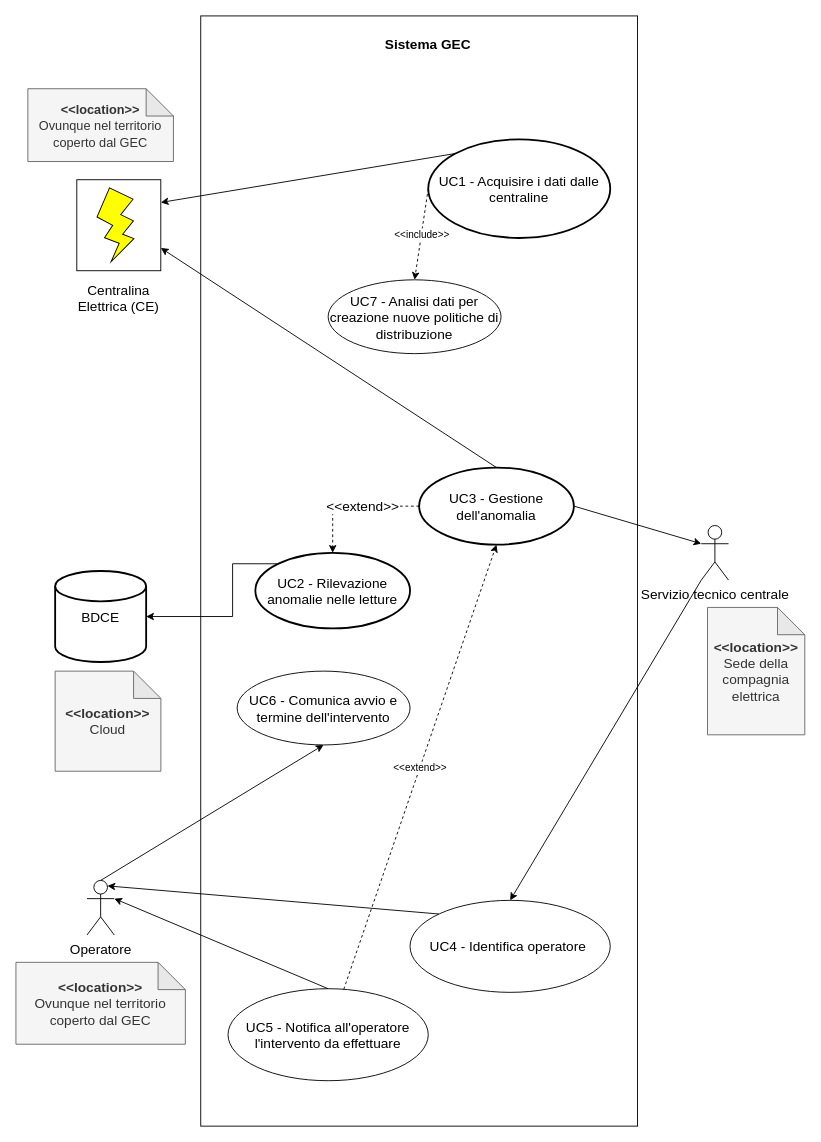
The draw.io diagram use_cases_diagram.drawio in mbeccari856608/architetturasw2024, before the edit. Source tidied: cells renumbered, new cells numbered last; positions are measured from the earlier drawing's top-left corner, leaving out a move shared by most shapes. Both pictures are drawn from the tidied source at 91%, with x=0, y=0 at pixel (15, 15).
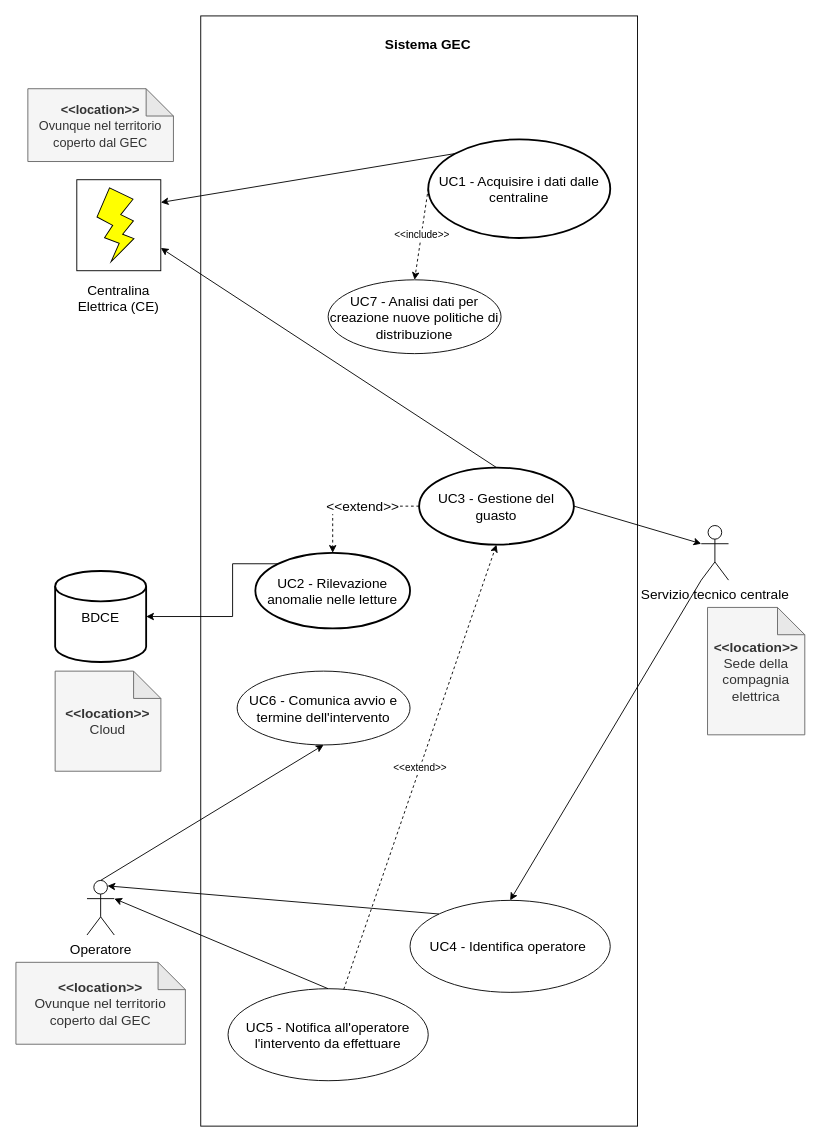
The same page after the edit.

Unchanged cells that the change refers to:
```xml
<mxCell id="3" style="group;" parent="1" vertex="1">
  <mxGeometry x="213.1" width="480" height="1220" as="geometry" />
</mxCell>
```

Change to the diagram source:
```diff
@@
-    <mxCell id="10" value="UC3 - Gestione dell'anomalia" style="strokeWidth=2;html=1;shape=mxgraph.flowchart.start_2;whiteSpace=wrap;fontSize=15;" parent="3" vertex="1">
+    <mxCell id="10" value="UC3 - Gestione del guasto" style="strokeWidth=2;html=1;shape=mxgraph.flowchart.start_2;whiteSpace=wrap;fontSize=15;" parent="3" vertex="1">
       <mxGeometry x="230" y="496.3" width="170" height="84.7" as="geometry" />
     </mxCell>
```
